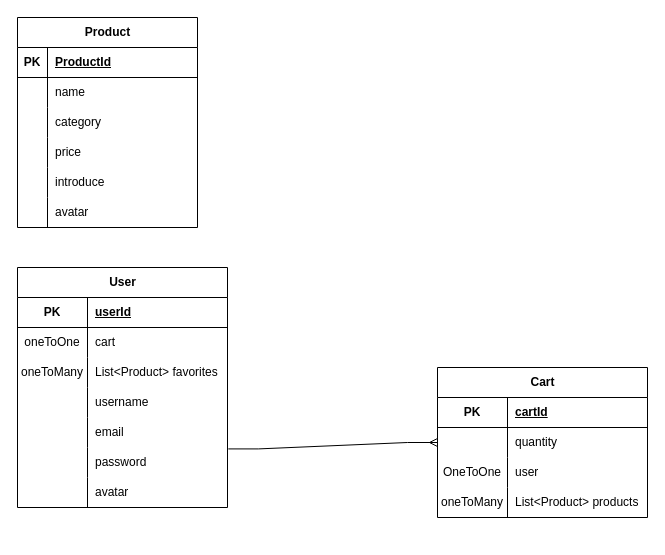
The draw.io diagram Page_Diagram/petJPA.drawio in dzwfighting/pet_home_evan, before the edit. Source tidied: cells renumbered, new cells numbered last; positions are measured from the earlier drawing's top-left corner, leaving out a move shared by most shapes. Both pictures are drawn from the tidied source at 100%, with x=0, y=0 at pixel (17, 17).
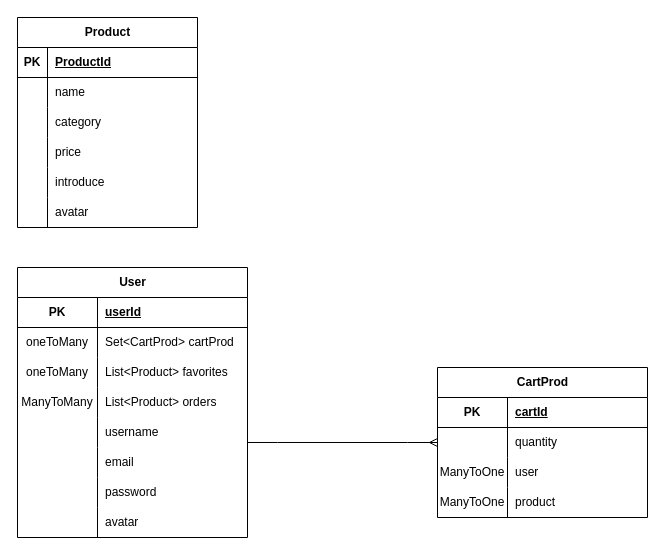
The same diagram, later.

Commit message:
update cartProd JPA

The change refers to these unchanged cells:
```xml
<mxCell id="47" style="shape=tableRow;horizontal=0;startSize=0;swimlaneHead=0;swimlaneBody=0;fillColor=none;points=[[0,0.5],[1,0.5]];portConstraint=eastwest;top=0;left=0;right=0;bottom=0;" parent="43" vertex="1">
  <mxGeometry y="60" width="210" height="30" as="geometry" />
</mxCell>
<mxCell id="50" style="shape=tableRow;horizontal=0;startSize=0;swimlaneHead=0;swimlaneBody=0;fillColor=none;top=0;left=0;right=0;bottom=0;" parent="43" vertex="1">
  <mxGeometry y="90" width="210" height="30" as="geometry" />
</mxCell>
<mxCell id="53" style="shape=tableRow;horizontal=0;startSize=0;swimlaneHead=0;swimlaneBody=0;fillColor=none;top=0;left=0;right=0;bottom=0;" parent="43" vertex="1">
  <mxGeometry y="120" width="210" height="30" as="geometry" />
</mxCell>
```

What changed in the source:
```diff
@@
     <mxCell id="2" value="User" style="shape=table;startSize=30;childLayout=tableLayout;rowLines=0;fontStyle=1;align=center;html=1;" parent="1" vertex="1">
-      <mxGeometry y="250" width="210" height="240" as="geometry" />
+      <mxGeometry y="250" width="230" height="270" as="geometry" />
     </mxCell>
     <mxCell id="3" style="shape=tableRow;horizontal=0;startSize=0;swimlaneHead=0;swimlaneBody=0;fillColor=none;top=0;left=0;right=0;bottom=1;" parent="2" vertex="1">
-      <mxGeometry y="30" width="210" height="30" as="geometry" />
+      <mxGeometry y="30" width="230" height="30" as="geometry" />
     </mxCell>
     <mxCell id="4" value="PK" style="shape=partialRectangle;fillColor=none;top=0;left=0;bottom=0;right=0;fontStyle=1;overflow=hidden;whiteSpace=wrap;html=1;" parent="3" vertex="1">
-      <mxGeometry width="70" height="30" as="geometry" />
+      <mxGeometry width="80" height="30" as="geometry" />
     </mxCell>
     <mxCell id="5" value="userId" style="shape=partialRectangle;fillColor=none;top=0;left=0;bottom=0;right=0;align=left;spacingLeft=6;fontStyle=5;overflow=hidden;whiteSpace=wrap;html=1;" parent="3" vertex="1">
-      <mxGeometry x="70" width="140" height="30" as="geometry" />
+      <mxGeometry x="80" width="150" height="30" as="geometry" />
     </mxCell>
     <mxCell id="6" style="shape=tableRow;horizontal=0;startSize=0;swimlaneHead=0;swimlaneBody=0;fillColor=none;top=0;left=0;right=0;bottom=0;" parent="2" vertex="1">
-      <mxGeometry y="60" width="210" height="30" as="geometry" />
+      <mxGeometry y="60" width="230" height="30" as="geometry" />
     </mxCell>
-    <mxCell id="7" value="oneToOne" style="shape=partialRectangle;fillColor=none;top=0;left=0;bottom=0;right=0;overflow=hidden;whiteSpace=wrap;html=1;" parent="6" vertex="1">
-      <mxGeometry width="70" height="30" as="geometry" />
+    <mxCell id="7" value="oneToMany" style="shape=partialRectangle;fillColor=none;top=0;left=0;bottom=0;right=0;overflow=hidden;whiteSpace=wrap;html=1;" parent="6" vertex="1">
+      <mxGeometry width="80" height="30" as="geometry" />
     </mxCell>
-    <mxCell id="8" value="cart" style="shape=partialRectangle;fillColor=none;top=0;left=0;bottom=0;right=0;align=left;spacingLeft=6;overflow=hidden;whiteSpace=wrap;html=1;" parent="6" vertex="1">
-      <mxGeometry x="70" width="140" height="30" as="geometry" />
+    <mxCell id="8" value="Set&amp;lt;CartProd&amp;gt; cartProd" style="shape=partialRectangle;fillColor=none;top=0;left=0;bottom=0;right=0;align=left;spacingLeft=6;overflow=hidden;whiteSpace=wrap;html=1;" parent="6" vertex="1">
+      <mxGeometry x="80" width="150" height="30" as="geometry" />
     </mxCell>
     <mxCell id="9" style="shape=tableRow;horizontal=0;startSize=0;swimlaneHead=0;swimlaneBody=0;fillColor=none;top=0;left=0;right=0;bottom=0;" parent="2" vertex="1">
-      <mxGeometry y="90" width="210" height="30" as="geometry" />
+      <mxGeometry y="90" width="230" height="30" as="geometry" />
     </mxCell>
     <mxCell id="10" value="oneToMany" style="shape=partialRectangle;fillColor=none;top=0;left=0;bottom=0;right=0;overflow=hidden;whiteSpace=wrap;html=1;" parent="9" vertex="1">
-      <mxGeometry width="70" height="30" as="geometry" />
+      <mxGeometry width="80" height="30" as="geometry" />
     </mxCell>
     <mxCell id="11" value="List&amp;lt;Product&amp;gt; favorites" style="shape=partialRectangle;fillColor=none;top=0;left=0;bottom=0;right=0;align=left;spacingLeft=6;overflow=hidden;whiteSpace=wrap;html=1;" parent="9" vertex="1">
-      <mxGeometry x="70" width="140" height="30" as="geometry" />
+      <mxGeometry x="80" width="150" height="30" as="geometry" />
     </mxCell>
+    <mxCell id="57" style="shape=tableRow;horizontal=0;startSize=0;swimlaneHead=0;swimlaneBody=0;fillColor=none;top=0;left=0;right=0;bottom=0;" parent="2" vertex="1">
+      <mxGeometry y="120" width="230" height="30" as="geometry" />
+    </mxCell>
+    <mxCell id="58" value="ManyToMany" style="shape=partialRectangle;fillColor=none;top=0;left=0;bottom=0;right=0;overflow=hidden;whiteSpace=wrap;html=1;" parent="57" vertex="1">
+      <mxGeometry width="80" height="30" as="geometry" />
+    </mxCell>
+    <mxCell id="59" value="List&amp;lt;Product&amp;gt; orders" style="shape=partialRectangle;fillColor=none;top=0;left=0;bottom=0;right=0;align=left;spacingLeft=6;overflow=hidden;whiteSpace=wrap;html=1;" parent="57" vertex="1">
+      <mxGeometry x="80" width="150" height="30" as="geometry" />
+    </mxCell>
     <mxCell id="12" style="shape=tableRow;horizontal=0;startSize=0;swimlaneHead=0;swimlaneBody=0;fillColor=none;points=[[0,0.5],[1,0.5]];portConstraint=eastwest;top=0;left=0;right=0;bottom=0;" parent="2" vertex="1">
-      <mxGeometry y="120" width="210" height="30" as="geometry" />
+      <mxGeometry y="150" width="230" height="30" as="geometry" />
     </mxCell>
     <mxCell id="13" style="shape=partialRectangle;fillColor=none;top=0;left=0;bottom=0;right=0;overflow=hidden;whiteSpace=wrap;html=1;" parent="12" vertex="1">
-      <mxGeometry width="70" height="30" as="geometry" />
+      <mxGeometry width="80" height="30" as="geometry" />
     </mxCell>
     <mxCell id="14" value="username" style="shape=partialRectangle;fillColor=none;top=0;left=0;bottom=0;right=0;align=left;spacingLeft=6;overflow=hidden;whiteSpace=wrap;html=1;" parent="12" vertex="1">
-      <mxGeometry x="70" width="140" height="30" as="geometry" />
+      <mxGeometry x="80" width="150" height="30" as="geometry" />
     </mxCell>
     <mxCell id="15" style="shape=tableRow;horizontal=0;startSize=0;swimlaneHead=0;swimlaneBody=0;fillColor=none;top=0;left=0;right=0;bottom=0;" parent="2" vertex="1">
-      <mxGeometry y="150" width="210" height="30" as="geometry" />
+      <mxGeometry y="180" width="230" height="30" as="geometry" />
     </mxCell>
     <mxCell id="16" style="shape=partialRectangle;fillColor=none;top=0;left=0;bottom=0;right=0;overflow=hidden;whiteSpace=wrap;html=1;" parent="15" vertex="1">
-      <mxGeometry width="70" height="30" as="geometry" />
+      <mxGeometry width="80" height="30" as="geometry" />
     </mxCell>
     <mxCell id="17" value="email" style="shape=partialRectangle;fillColor=none;top=0;left=0;bottom=0;right=0;align=left;spacingLeft=6;overflow=hidden;whiteSpace=wrap;html=1;" parent="15" vertex="1">
-      <mxGeometry x="70" width="140" height="30" as="geometry" />
+      <mxGeometry x="80" width="150" height="30" as="geometry" />
     </mxCell>
     <mxCell id="18" style="shape=tableRow;horizontal=0;startSize=0;swimlaneHead=0;swimlaneBody=0;fillColor=none;points=[[0,0.5],[1,0.5]];portConstraint=eastwest;top=0;left=0;right=0;bottom=0;" parent="2" vertex="1">
-      <mxGeometry y="180" width="210" height="30" as="geometry" />
+      <mxGeometry y="210" width="230" height="30" as="geometry" />
     </mxCell>
     <mxCell id="19" style="shape=partialRectangle;fillColor=none;top=0;left=0;bottom=0;right=0;overflow=hidden;whiteSpace=wrap;html=1;" parent="18" vertex="1">
-      <mxGeometry width="70" height="30" as="geometry" />
+      <mxGeometry width="80" height="30" as="geometry" />
     </mxCell>
     <mxCell id="20" value="password" style="shape=partialRectangle;fillColor=none;top=0;left=0;bottom=0;right=0;align=left;spacingLeft=6;overflow=hidden;whiteSpace=wrap;html=1;" parent="18" vertex="1">
-      <mxGeometry x="70" width="140" height="30" as="geometry" />
+      <mxGeometry x="80" width="150" height="30" as="geometry" />
     </mxCell>
     <mxCell id="21" style="shape=tableRow;horizontal=0;startSize=0;swimlaneHead=0;swimlaneBody=0;fillColor=none;top=0;left=0;right=0;bottom=0;" parent="2" vertex="1">
-      <mxGeometry y="210" width="210" height="30" as="geometry" />
+      <mxGeometry y="240" width="230" height="30" as="geometry" />
     </mxCell>
     <mxCell id="22" style="shape=partialRectangle;fillColor=none;top=0;left=0;bottom=0;right=0;overflow=hidden;whiteSpace=wrap;html=1;" parent="21" vertex="1">
-      <mxGeometry width="70" height="30" as="geometry" />
+      <mxGeometry width="80" height="30" as="geometry" />
     </mxCell>
     <mxCell id="23" value="avatar" style="shape=partialRectangle;fillColor=none;top=0;left=0;bottom=0;right=0;align=left;spacingLeft=6;overflow=hidden;whiteSpace=wrap;html=1;" parent="21" vertex="1">
-      <mxGeometry x="70" width="140" height="30" as="geometry" />
+      <mxGeometry x="80" width="150" height="30" as="geometry" />
     </mxCell>
@@
-    <mxCell id="43" value="Cart" style="shape=table;startSize=30;childLayout=tableLayout;rowLines=0;fontStyle=1;align=center;html=1;" parent="1" vertex="1">
+    <mxCell id="43" value="CartProd" style="shape=table;startSize=30;childLayout=tableLayout;rowLines=0;fontStyle=1;align=center;html=1;" parent="1" vertex="1">
       <mxGeometry x="420" y="350" width="210" height="150" as="geometry" />
     </mxCell>
@@
-    <mxCell id="51" value="OneToOne" style="shape=partialRectangle;fillColor=none;top=0;left=0;bottom=0;right=0;overflow=hidden;whiteSpace=wrap;html=1;" parent="50" vertex="1">
+    <mxCell id="51" value="ManyToOne" style="shape=partialRectangle;fillColor=none;top=0;left=0;bottom=0;right=0;overflow=hidden;whiteSpace=wrap;html=1;" parent="50" vertex="1">
       <mxGeometry width="70" height="30" as="geometry" />
     </mxCell>
@@
-    <mxCell id="54" value="oneToMany" style="shape=partialRectangle;fillColor=none;top=0;left=0;bottom=0;right=0;overflow=hidden;whiteSpace=wrap;html=1;" parent="53" vertex="1">
+    <mxCell id="54" value="ManyToOne" style="shape=partialRectangle;fillColor=none;top=0;left=0;bottom=0;right=0;overflow=hidden;whiteSpace=wrap;html=1;" parent="53" vertex="1">
       <mxGeometry width="70" height="30" as="geometry" />
     </mxCell>
-    <mxCell id="55" value="List&amp;lt;Product&amp;gt; products" style="shape=partialRectangle;fillColor=none;top=0;left=0;bottom=0;right=0;align=left;spacingLeft=6;overflow=hidden;whiteSpace=wrap;html=1;" parent="53" vertex="1">
+    <mxCell id="55" value="product" style="shape=partialRectangle;fillColor=none;top=0;left=0;bottom=0;right=0;align=left;spacingLeft=6;overflow=hidden;whiteSpace=wrap;html=1;" parent="53" vertex="1">
       <mxGeometry x="70" width="140" height="30" as="geometry" />
     </mxCell>
-    <mxCell id="56" style="edgeStyle=entityRelationEdgeStyle;fontSize=12;html=1;endArrow=ERmany;rounded=0;entryX=0;entryY=0.5;entryDx=0;entryDy=0;exitX=1.004;exitY=0.047;exitDx=0;exitDy=0;exitPerimeter=0;" parent="1" edge="1" source="18" target="47">
-      <mxGeometry relative="1" as="geometry" />
+    <mxCell id="56" style="edgeStyle=entityRelationEdgeStyle;fontSize=12;html=1;endArrow=ERmany;rounded=0;entryX=0;entryY=0.5;entryDx=0;entryDy=0;exitX=1;exitY=0.833;exitDx=0;exitDy=0;exitPerimeter=0;" parent="1" edge="1" source="12" target="47">
+      <mxGeometry relative="1" as="geometry">
+        <Array as="points">
+          <mxPoint x="240" y="430" />
+        </Array>
+      </mxGeometry>
     </mxCell>
```
